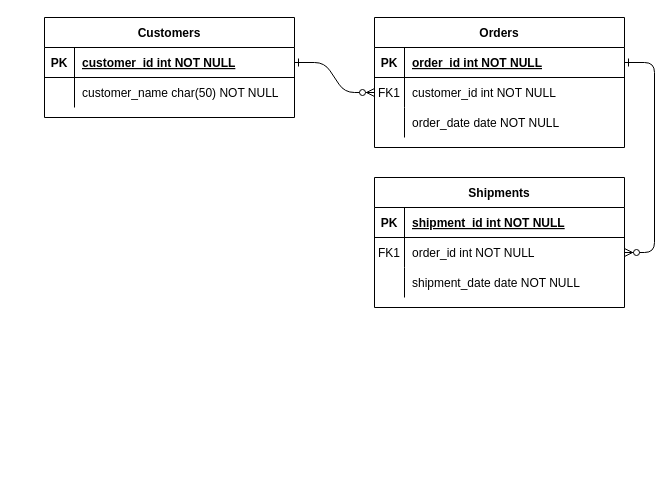
Earlier version of the draw.io diagram Untitled Diagram.drawio (yaqub-abdi/diagrams). Source tidied: cells renumbered, new cells numbered last; positions are measured from the earlier drawing's top-left corner, leaving out a move shared by most shapes. Both pictures are drawn from the tidied source at 100%, with x=0, y=0 at pixel (44, 17).
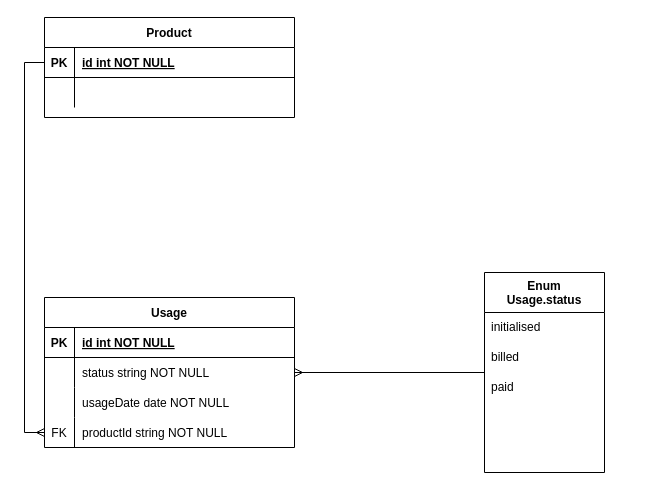
After the change.

The change refers to these unchanged cells:
```xml
<mxCell id="5" style="shape=partialRectangle;fillColor=none;points=[[0,0.5],[1,0.5]];portConstraint=eastwest;top=0;left=0;right=0;bottom=1;" parent="4" vertex="1">
  <mxGeometry y="30" width="250" height="30" as="geometry" />
</mxCell>
<mxCell id="8" style="shape=partialRectangle;fillColor=none;points=[[0,0.5],[1,0.5]];portConstraint=eastwest;top=0;left=0;right=0;bottom=0;" parent="4" vertex="1">
  <mxGeometry y="60" width="250" height="30" as="geometry" />
</mxCell>
<mxCell id="11" style="shape=partialRectangle;fillColor=none;top=0;left=0;right=0;bottom=0;" parent="4" vertex="1">
  <mxGeometry y="90" width="250" height="30" as="geometry" />
</mxCell>
<mxCell id="25" style="shape=partialRectangle;fillColor=none;points=[[0,0.5],[1,0.5]];portConstraint=eastwest;top=0;left=0;right=0;bottom=1;" parent="24" vertex="1">
  <mxGeometry y="30" width="250" height="30" as="geometry" />
</mxCell>
<mxCell id="28" style="shape=partialRectangle;fillColor=none;top=0;left=0;right=0;bottom=0;" parent="24" vertex="1">
  <mxGeometry y="60" width="250" height="30" as="geometry" />
</mxCell>
```

Diff of the diagram source:
```diff
@@
-    <mxCell id="2" style="edgeStyle=entityRelationEdgeStyle;endArrow=ERzeroToMany;startArrow=ERone;endFill=1;startFill=0;" parent="1" edge="1" source="25" target="8">
-      <mxGeometry relative="1" as="geometry" />
-    </mxCell>
-    <mxCell id="3" style="edgeStyle=entityRelationEdgeStyle;endArrow=ERzeroToMany;startArrow=ERone;endFill=1;startFill=0;" parent="1" edge="1" source="5" target="18">
-      <mxGeometry relative="1" as="geometry" />
-    </mxCell>
-    <mxCell id="4" value="Orders" style="shape=table;startSize=30;childLayout=tableLayout;rowLines=0;fontStyle=1;align=center;" parent="1" vertex="1">
-      <mxGeometry x="330" width="250" height="130" as="geometry" />
+    <mxCell id="4" value="Usage" style="shape=table;startSize=30;childLayout=tableLayout;rowLines=0;fontStyle=1;align=center;" parent="1" vertex="1">
+      <mxGeometry y="280" width="250" height="150" as="geometry" />
     </mxCell>
@@
-    <mxCell id="7" value="order_id int NOT NULL " style="shape=partialRectangle;overflow=hidden;fillColor=none;top=0;left=0;bottom=0;right=0;align=left;spacingLeft=6;fontStyle=5;" parent="5" vertex="1">
+    <mxCell id="7" value="id int NOT NULL " style="shape=partialRectangle;overflow=hidden;fillColor=none;top=0;left=0;bottom=0;right=0;align=left;spacingLeft=6;fontStyle=5;" parent="5" vertex="1">
       <mxGeometry x="30" width="220" height="30" as="geometry" />
     </mxCell>
@@
-    <mxCell id="9" value="FK1" style="shape=partialRectangle;overflow=hidden;fillColor=none;top=0;left=0;bottom=0;right=0;" parent="8" vertex="1">
+    <mxCell id="9" style="shape=partialRectangle;overflow=hidden;fillColor=none;top=0;left=0;bottom=0;right=0;" parent="8" vertex="1">
       <mxGeometry width="30" height="30" as="geometry" />
     </mxCell>
-    <mxCell id="10" value="customer_id int NOT NULL" style="shape=partialRectangle;overflow=hidden;fillColor=none;top=0;left=0;bottom=0;right=0;align=left;spacingLeft=6;" parent="8" vertex="1">
+    <mxCell id="10" value="status string NOT NULL" style="shape=partialRectangle;overflow=hidden;fillColor=none;top=0;left=0;bottom=0;right=0;align=left;spacingLeft=6;" parent="8" vertex="1">
       <mxGeometry x="30" width="220" height="30" as="geometry" />
     </mxCell>
@@
-    <mxCell id="13" value="order_date date NOT NULL" style="shape=partialRectangle;overflow=hidden;fillColor=none;top=0;left=0;bottom=0;right=0;align=left;spacingLeft=6;" parent="11" vertex="1">
+    <mxCell id="13" value="usageDate date NOT NULL" style="shape=partialRectangle;overflow=hidden;fillColor=none;top=0;left=0;bottom=0;right=0;align=left;spacingLeft=6;" parent="11" vertex="1">
       <mxGeometry x="30" width="220" height="30" as="geometry" />
     </mxCell>
-    <mxCell id="14" value="Shipments" style="shape=table;startSize=30;childLayout=tableLayout;rowLines=0;fontStyle=1;align=center;" parent="1" vertex="1">
-      <mxGeometry x="330" y="160" width="250" height="130" as="geometry" />
-    </mxCell>
-    <mxCell id="15" style="shape=partialRectangle;fillColor=none;top=0;left=0;right=0;bottom=1;" parent="14" vertex="1">
-      <mxGeometry y="30" width="250" height="30" as="geometry" />
-    </mxCell>
-    <mxCell id="16" value="PK" style="shape=partialRectangle;overflow=hidden;fillColor=none;top=0;left=0;bottom=0;right=0;fontStyle=1;" parent="15" vertex="1">
-      <mxGeometry width="30" height="30" as="geometry" />
-    </mxCell>
-    <mxCell id="17" value="shipment_id int NOT NULL " style="shape=partialRectangle;overflow=hidden;fillColor=none;top=0;left=0;bottom=0;right=0;align=left;spacingLeft=6;fontStyle=5;" parent="15" vertex="1">
-      <mxGeometry x="30" width="220" height="30" as="geometry" />
-    </mxCell>
-    <mxCell id="18" style="shape=partialRectangle;fillColor=none;points=[[0,0.5],[1,0.5]];portConstraint=eastwest;top=0;left=0;right=0;bottom=0;" parent="14" vertex="1">
-      <mxGeometry y="60" width="250" height="30" as="geometry" />
-    </mxCell>
-    <mxCell id="19" value="FK1" style="shape=partialRectangle;overflow=hidden;fillColor=none;top=0;left=0;bottom=0;right=0;" parent="18" vertex="1">
-      <mxGeometry width="30" height="30" as="geometry" />
-    </mxCell>
-    <mxCell id="20" value="order_id int NOT NULL" style="shape=partialRectangle;overflow=hidden;fillColor=none;top=0;left=0;bottom=0;right=0;align=left;spacingLeft=6;" parent="18" vertex="1">
-      <mxGeometry x="30" width="220" height="30" as="geometry" />
-    </mxCell>
-    <mxCell id="21" style="shape=partialRectangle;fillColor=none;top=0;left=0;right=0;bottom=0;" parent="14" vertex="1">
-      <mxGeometry y="90" width="250" height="30" as="geometry" />
-    </mxCell>
-    <mxCell id="22" style="shape=partialRectangle;overflow=hidden;fillColor=none;top=0;left=0;bottom=0;right=0;" parent="21" vertex="1">
-      <mxGeometry width="30" height="30" as="geometry" />
-    </mxCell>
-    <mxCell id="23" value="shipment_date date NOT NULL" style="shape=partialRectangle;overflow=hidden;fillColor=none;top=0;left=0;bottom=0;right=0;align=left;spacingLeft=6;" parent="21" vertex="1">
-      <mxGeometry x="30" width="220" height="30" as="geometry" />
-    </mxCell>
+    <mxCell id="31" style="shape=partialRectangle;fillColor=none;points=[[0,0.5],[1,0.5]];portConstraint=eastwest;top=0;left=0;right=0;bottom=0;" parent="4" vertex="1">
+      <mxGeometry y="120" width="250" height="30" as="geometry" />
+    </mxCell>
+    <mxCell id="32" value="FK" style="shape=partialRectangle;overflow=hidden;fillColor=none;top=0;left=0;bottom=0;right=0;" parent="31" vertex="1">
+      <mxGeometry width="30" height="30" as="geometry" />
+    </mxCell>
+    <mxCell id="33" value="productId string NOT NULL" style="shape=partialRectangle;overflow=hidden;fillColor=none;top=0;left=0;bottom=0;right=0;align=left;spacingLeft=6;" parent="31" vertex="1">
+      <mxGeometry x="30" width="220" height="30" as="geometry" />
+    </mxCell>
-    <mxCell id="24" value="Customers" style="shape=table;startSize=30;childLayout=tableLayout;rowLines=0;fontStyle=1;align=center;" parent="1" vertex="1">
+    <mxCell id="24" value="Product" style="shape=table;startSize=30;childLayout=tableLayout;rowLines=0;fontStyle=1;align=center;" parent="1" vertex="1">
       <mxGeometry width="250" height="100" as="geometry" />
     </mxCell>
@@
-    <mxCell id="27" value="customer_id int NOT NULL " style="shape=partialRectangle;overflow=hidden;fillColor=none;top=0;left=0;bottom=0;right=0;align=left;spacingLeft=6;fontStyle=5;" parent="25" vertex="1">
+    <mxCell id="27" value="id int NOT NULL " style="shape=partialRectangle;overflow=hidden;fillColor=none;top=0;left=0;bottom=0;right=0;align=left;spacingLeft=6;fontStyle=5;" parent="25" vertex="1">
       <mxGeometry x="30" width="220" height="30" as="geometry" />
     </mxCell>
@@
-    <mxCell id="30" value="customer_name char(50) NOT NULL" style="shape=partialRectangle;overflow=hidden;fillColor=none;top=0;left=0;bottom=0;right=0;align=left;spacingLeft=6;" parent="28" vertex="1">
+    <mxCell id="30" style="shape=partialRectangle;overflow=hidden;fillColor=none;top=0;left=0;bottom=0;right=0;align=left;spacingLeft=6;" parent="28" vertex="1">
       <mxGeometry x="30" width="220" height="30" as="geometry" />
     </mxCell>
+    <mxCell id="34" style="edgeStyle=orthogonalEdgeStyle;rounded=0;jettySize=auto;html=1;entryX=1;entryY=0.5;entryDx=0;entryDy=0;endArrow=ERmany;endFill=0;" parent="1" edge="1" source="35" target="8">
+      <mxGeometry relative="1" as="geometry" />
+    </mxCell>
+    <mxCell id="35" value="Enum&#10;Usage.status" style="swimlane;strokeColor=#000000;startSize=40;" parent="1" vertex="1">
+      <mxGeometry x="440" y="255" width="120" height="200" as="geometry" />
+    </mxCell>
+    <mxCell id="36" value="billed" style="text;html=1;align=left;verticalAlign=middle;strokeColor=none;fillColor=none;" parent="35" vertex="1">
+      <mxGeometry x="5" y="70" width="50" height="30" as="geometry" />
+    </mxCell>
+    <mxCell id="37" value="paid" style="text;html=1;align=left;verticalAlign=middle;strokeColor=none;fillColor=none;" parent="35" vertex="1">
+      <mxGeometry x="5" y="100" width="50" height="30" as="geometry" />
+    </mxCell>
+    <mxCell id="38" value="&lt;span style=&quot;&quot;&gt;initialised&lt;/span&gt;" style="text;html=1;strokeColor=none;fillColor=none;align=left;verticalAlign=middle;whiteSpace=wrap;rounded=0;" parent="35" vertex="1">
+      <mxGeometry x="5" y="40" width="60" height="30" as="geometry" />
+    </mxCell>
+    <mxCell id="39" style="edgeStyle=orthogonalEdgeStyle;rounded=0;jettySize=auto;html=1;endArrow=ERmany;endFill=0;entryX=0;entryY=0.5;entryDx=0;entryDy=0;" parent="1" edge="1" source="25" target="31">
+      <mxGeometry relative="1" as="geometry" />
+    </mxCell>
```
